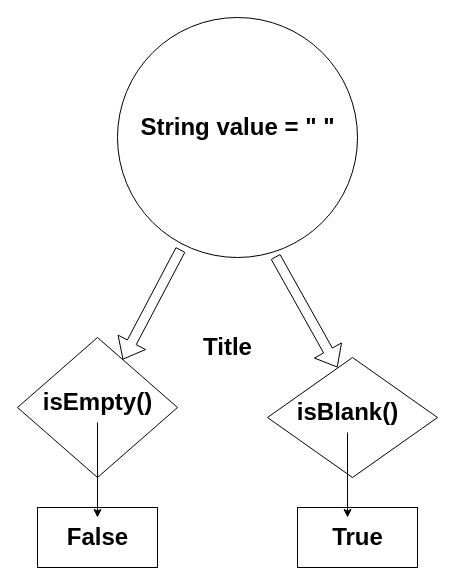
Before: isblank.drawio in spcodemonk/Designs, a draw.io diagram. Source tidied: cells renumbered, new cells numbered last; positions are measured from the earlier drawing's top-left corner, leaving out a move shared by most shapes. Both pictures are drawn from the tidied source at 100%, with x=0, y=0 at pixel (17, 17).
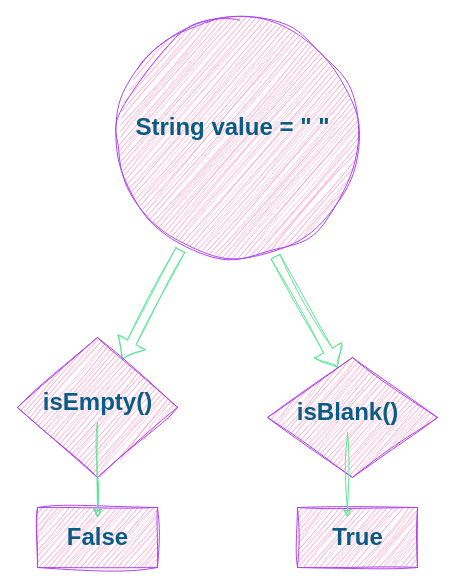
After the change.

Diff of the diagram source:
```diff
@@
 <mxGraphModel>
   <root>
     <mxCell id="0" />
     <mxCell id="1" parent="0" />
-    <mxCell id="2" style="ellipse;whiteSpace=wrap;html=1;" parent="1" vertex="1">
+    <mxCell id="2" style="ellipse;whiteSpace=wrap;html=1;sketch=1;curveFitting=1;jiggle=2;labelBackgroundColor=none;fillColor=#F694C1;strokeColor=#AF45ED;fontColor=#095C86;" parent="1" vertex="1">
       <mxGeometry x="100" width="240" height="240" as="geometry" />
     </mxCell>
-    <mxCell id="3" value="String value = &quot; &quot;" style="text;strokeColor=none;fillColor=none;html=1;fontSize=24;fontStyle=1;verticalAlign=middle;align=center;" parent="1" vertex="1">
-      <mxGeometry x="170" y="90" width="100" height="40" as="geometry" />
+    <mxCell id="3" value="String value = &quot; &quot;" style="text;strokeColor=none;fillColor=none;html=1;fontSize=24;fontStyle=1;verticalAlign=middle;align=center;sketch=1;curveFitting=1;jiggle=2;labelBackgroundColor=none;fontColor=#095C86;" parent="1" vertex="1">
+      <mxGeometry x="160" y="90" width="110" height="40" as="geometry" />
     </mxCell>
-    <mxCell id="4" style="shape=flexArrow;endArrow=classic;html=1;rounded=0;exitX=0.263;exitY=0.967;exitDx=0;exitDy=0;exitPerimeter=0;" parent="1" edge="1" source="2" target="7">
+    <mxCell id="4" style="shape=flexArrow;endArrow=classic;html=1;rounded=0;exitX=0.263;exitY=0.967;exitDx=0;exitDy=0;exitPerimeter=0;sketch=1;curveFitting=1;jiggle=2;labelBackgroundColor=none;fontColor=default;strokeColor=#60E696;" parent="1" edge="1" source="2" target="7">
       <mxGeometry relative="1" as="geometry" />
     </mxCell>
-    <mxCell id="5" style="shape=flexArrow;endArrow=classic;html=1;rounded=0;exitX=0.658;exitY=0.996;exitDx=0;exitDy=0;exitPerimeter=0;" parent="1" edge="1" source="2">
+    <mxCell id="5" style="shape=flexArrow;endArrow=classic;html=1;rounded=0;exitX=0.658;exitY=0.996;exitDx=0;exitDy=0;exitPerimeter=0;sketch=1;curveFitting=1;jiggle=2;labelBackgroundColor=none;fontColor=default;strokeColor=#60E696;" parent="1" edge="1" source="2">
       <mxGeometry relative="1" as="geometry">
         <mxPoint x="320" y="350" as="targetPoint" />
       </mxGeometry>
     </mxCell>
-    <mxCell id="6" style="edgeStyle=orthogonalEdgeStyle;rounded=0;jettySize=auto;html=1;" parent="1" edge="1" source="7" target="11">
+    <mxCell id="6" style="edgeStyle=orthogonalEdgeStyle;rounded=0;jettySize=auto;html=1;sketch=1;curveFitting=1;jiggle=2;labelBackgroundColor=none;fontColor=default;strokeColor=#60E696;" parent="1" edge="1" source="7" target="11">
       <mxGeometry relative="1" as="geometry" />
     </mxCell>
-    <mxCell id="7" style="rhombus;whiteSpace=wrap;html=1;" parent="1" vertex="1">
+    <mxCell id="7" style="rhombus;whiteSpace=wrap;html=1;sketch=1;curveFitting=1;jiggle=2;labelBackgroundColor=none;fillColor=#F694C1;strokeColor=#AF45ED;fontColor=#095C86;" parent="1" vertex="1">
       <mxGeometry y="320" width="160" height="140" as="geometry" />
     </mxCell>
-    <mxCell id="8" style="rhombus;whiteSpace=wrap;html=1;" parent="1" vertex="1">
+    <mxCell id="8" style="rhombus;whiteSpace=wrap;html=1;sketch=1;curveFitting=1;jiggle=2;labelBackgroundColor=none;fillColor=#F694C1;strokeColor=#AF45ED;fontColor=#095C86;" parent="1" vertex="1">
       <mxGeometry x="250" y="340" width="170" height="120" as="geometry" />
     </mxCell>
-    <mxCell id="9" style="rounded=0;whiteSpace=wrap;html=1;" parent="1" vertex="1">
+    <mxCell id="9" style="rounded=0;whiteSpace=wrap;html=1;sketch=1;curveFitting=1;jiggle=2;labelBackgroundColor=none;fillColor=#F694C1;strokeColor=#AF45ED;fontColor=#095C86;" parent="1" vertex="1">
       <mxGeometry x="20" y="490" width="120" height="60" as="geometry" />
     </mxCell>
-    <mxCell id="10" style="rounded=0;whiteSpace=wrap;html=1;" parent="1" vertex="1">
+    <mxCell id="10" style="rounded=0;whiteSpace=wrap;html=1;sketch=1;curveFitting=1;jiggle=2;labelBackgroundColor=none;fillColor=#F694C1;strokeColor=#AF45ED;fontColor=#095C86;" parent="1" vertex="1">
       <mxGeometry x="280" y="490" width="120" height="60" as="geometry" />
     </mxCell>
-    <mxCell id="11" value="False" style="text;strokeColor=none;fillColor=none;html=1;fontSize=24;fontStyle=1;verticalAlign=middle;align=center;" parent="1" vertex="1">
+    <mxCell id="11" value="False" style="text;strokeColor=none;fillColor=none;html=1;fontSize=24;fontStyle=1;verticalAlign=middle;align=center;sketch=1;curveFitting=1;jiggle=2;labelBackgroundColor=none;fontColor=#095C86;" parent="1" vertex="1">
       <mxGeometry x="30" y="500" width="100" height="40" as="geometry" />
     </mxCell>
-    <mxCell id="12" style="edgeStyle=orthogonalEdgeStyle;rounded=0;jettySize=auto;html=1;" parent="1" edge="1" source="13" target="11">
+    <mxCell id="12" style="edgeStyle=orthogonalEdgeStyle;rounded=0;jettySize=auto;html=1;sketch=1;curveFitting=1;jiggle=2;labelBackgroundColor=none;fontColor=default;strokeColor=#60E696;" parent="1" edge="1" source="13" target="11">
       <mxGeometry relative="1" as="geometry" />
     </mxCell>
-    <mxCell id="13" value="isEmpty()" style="text;strokeColor=none;fillColor=none;html=1;fontSize=24;fontStyle=1;verticalAlign=middle;align=center;" parent="1" vertex="1">
+    <mxCell id="13" value="isEmpty()" style="text;strokeColor=none;fillColor=none;html=1;fontSize=24;fontStyle=1;verticalAlign=middle;align=center;sketch=1;curveFitting=1;jiggle=2;labelBackgroundColor=none;fontColor=#095C86;" parent="1" vertex="1">
       <mxGeometry x="30" y="365" width="100" height="40" as="geometry" />
     </mxCell>
-    <mxCell id="14" value="isBlank()" style="text;strokeColor=none;fillColor=none;html=1;fontSize=24;fontStyle=1;verticalAlign=middle;align=center;" parent="1" vertex="1">
+    <mxCell id="14" value="isBlank()" style="text;strokeColor=none;fillColor=none;html=1;fontSize=24;fontStyle=1;verticalAlign=middle;align=center;sketch=1;curveFitting=1;jiggle=2;labelBackgroundColor=none;fontColor=#095C86;" parent="1" vertex="1">
       <mxGeometry x="280" y="375" width="100" height="40" as="geometry" />
     </mxCell>
-    <mxCell id="15" style="endArrow=classic;html=1;rounded=0;entryX=0.417;entryY=0.167;entryDx=0;entryDy=0;entryPerimeter=0;" parent="1" edge="1" target="10">
+    <mxCell id="15" style="endArrow=classic;html=1;rounded=0;entryX=0.417;entryY=0.167;entryDx=0;entryDy=0;entryPerimeter=0;sketch=1;curveFitting=1;jiggle=2;labelBackgroundColor=none;fontColor=default;strokeColor=#60E696;" parent="1" edge="1" target="10">
       <mxGeometry relative="1" as="geometry">
         <mxPoint x="330" y="415" as="sourcePoint" />
       </mxGeometry>
     </mxCell>
-    <mxCell id="16" value="Title" style="text;strokeColor=none;fillColor=none;html=1;fontSize=24;fontStyle=1;verticalAlign=middle;align=center;" parent="1" vertex="1">
-      <mxGeometry x="160" y="310" width="100" height="40" as="geometry" />
-    </mxCell>
-    <mxCell id="17" value="True" style="text;strokeColor=none;fillColor=none;html=1;fontSize=24;fontStyle=1;verticalAlign=middle;align=center;" parent="1" vertex="1">
+    <mxCell id="17" value="True" style="text;strokeColor=none;fillColor=none;html=1;fontSize=24;fontStyle=1;verticalAlign=middle;align=center;sketch=1;curveFitting=1;jiggle=2;labelBackgroundColor=none;fontColor=#095C86;" parent="1" vertex="1">
       <mxGeometry x="290" y="500" width="100" height="40" as="geometry" />
     </mxCell>
   </root>
 </mxGraphModel>
```
